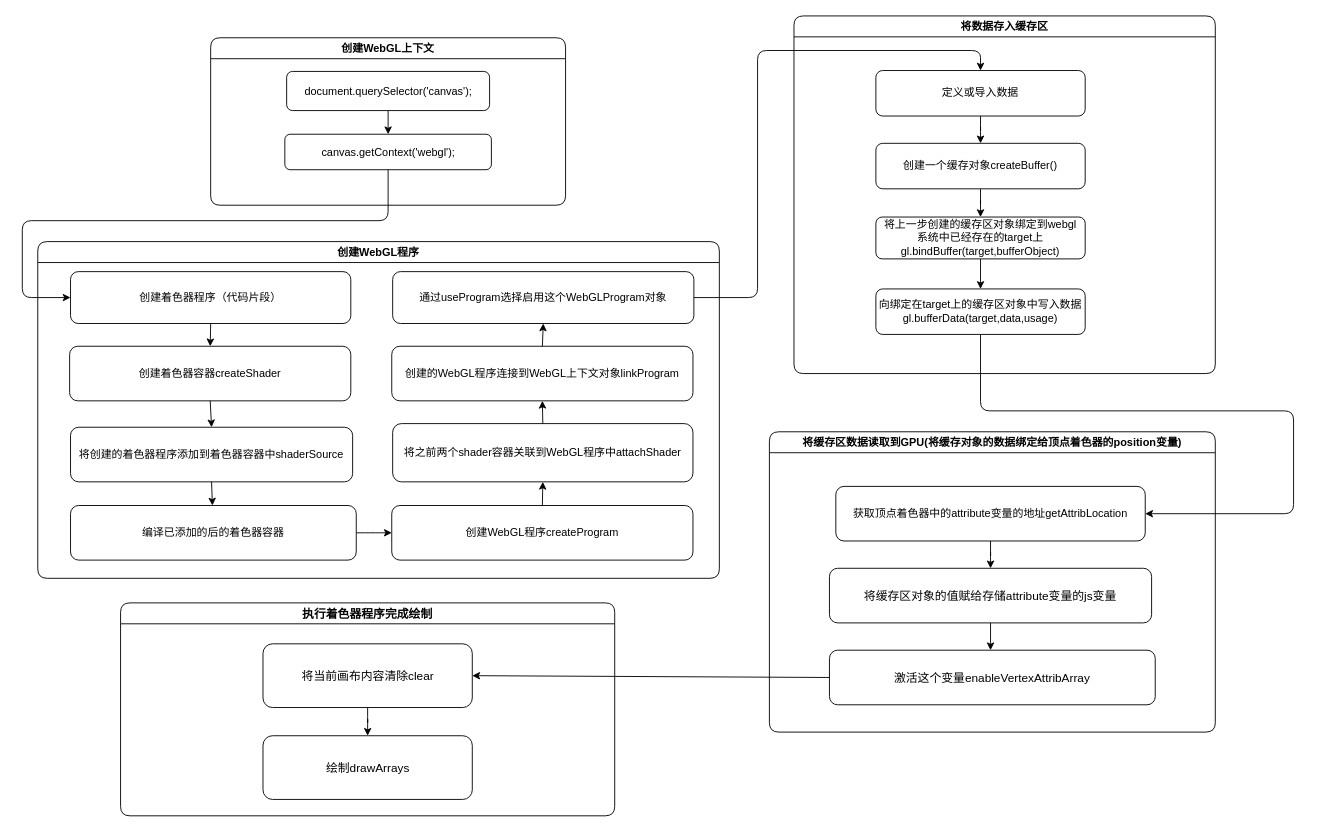
This is page "init webgl" (1 of 2) of computerGraphics/webgl.drawio from bigbigbig2/mind-map, a draw.io file, before an edit. Source tidied: cells renumbered, new cells numbered last; positions are measured from the earlier drawing's top-left corner, leaving out a move shared by most shapes. Both pictures are drawn from the tidied source at 91%, with x=0, y=0 at pixel (22, 15).
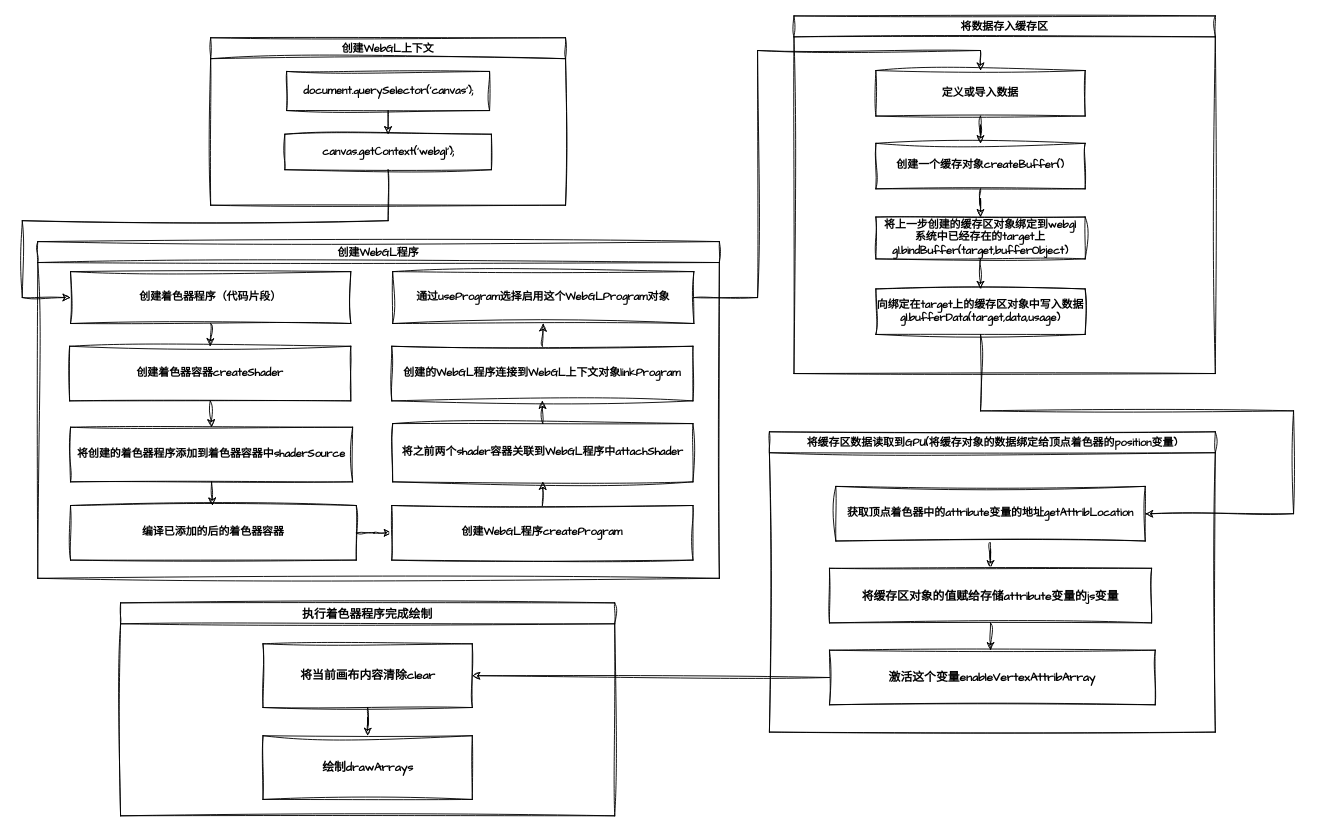
After the change.

What changed in the source:
```diff
@@
-    <mxCell id="2" value="创建WebGL程序" style="swimlane;rounded=1;shadow=0;glass=0;strokeWidth=1;labelBackgroundColor=none;" parent="1" vertex="1">
+    <mxCell id="2" value="创建WebGL程序" style="swimlane;rounded=0;shadow=0;glass=0;strokeWidth=1;labelBackgroundColor=none;sketch=1;curveFitting=1;jiggle=2;fontFamily=Comic Sans MS;fontStyle=1;" parent="1" vertex="1">
       <mxGeometry x="17" y="248" width="749" height="370" as="geometry" />
     </mxCell>
-    <mxCell id="3" value="&lt;span&gt;创建着色器程序（代码片段）&lt;/span&gt;" style="rounded=1;whiteSpace=wrap;html=1;shadow=0;glass=0;strokeWidth=1;fillColor=none;labelBackgroundColor=none;" parent="2" vertex="1">
+    <mxCell id="3" value="&lt;span&gt;创建着色器程序（代码片段）&lt;/span&gt;" style="rounded=0;whiteSpace=wrap;html=1;shadow=0;glass=0;strokeWidth=1;fillColor=none;labelBackgroundColor=none;sketch=1;curveFitting=1;jiggle=2;fontFamily=Comic Sans MS;fontStyle=1;" parent="2" vertex="1">
       <mxGeometry x="36" y="33" width="308" height="57" as="geometry" />
     </mxCell>
-    <mxCell id="4" value="&lt;span&gt;创建着色器容器createShader&lt;/span&gt;" style="rounded=1;whiteSpace=wrap;html=1;labelBackgroundColor=none;" parent="2" vertex="1">
+    <mxCell id="4" value="&lt;span&gt;创建着色器容器createShader&lt;/span&gt;" style="rounded=0;whiteSpace=wrap;html=1;labelBackgroundColor=none;sketch=1;curveFitting=1;jiggle=2;fontFamily=Comic Sans MS;fontStyle=1;" parent="2" vertex="1">
       <mxGeometry x="35" y="115" width="309" height="60" as="geometry" />
     </mxCell>
-    <mxCell id="5" value="将创建的着色器程序添加到着色器容器中&lt;span&gt;shaderSource&lt;/span&gt;" style="rounded=1;whiteSpace=wrap;html=1;labelBackgroundColor=none;" parent="2" vertex="1">
+    <mxCell id="5" value="将创建的着色器程序添加到着色器容器中&lt;span&gt;shaderSource&lt;/span&gt;" style="rounded=0;whiteSpace=wrap;html=1;labelBackgroundColor=none;sketch=1;curveFitting=1;jiggle=2;fontFamily=Comic Sans MS;fontStyle=1;" parent="2" vertex="1">
       <mxGeometry x="36" y="204" width="310" height="60" as="geometry" />
     </mxCell>
-    <mxCell id="6" style="edgeStyle=orthogonalEdgeStyle;rounded=1;jettySize=auto;html=1;labelBackgroundColor=none;fontColor=default;" parent="2" edge="1" source="7" target="8">
+    <mxCell id="6" style="edgeStyle=orthogonalEdgeStyle;rounded=0;jettySize=auto;html=1;labelBackgroundColor=none;fontColor=default;sketch=1;curveFitting=1;jiggle=2;fontFamily=Comic Sans MS;fontStyle=1;" parent="2" edge="1" source="7" target="8">
       <mxGeometry relative="1" as="geometry" />
     </mxCell>
-    <mxCell id="7" value="编译已添加的后的着色器容器" style="rounded=1;whiteSpace=wrap;html=1;labelBackgroundColor=none;" parent="2" vertex="1">
+    <mxCell id="7" value="编译已添加的后的着色器容器" style="rounded=0;whiteSpace=wrap;html=1;labelBackgroundColor=none;sketch=1;curveFitting=1;jiggle=2;fontFamily=Comic Sans MS;fontStyle=1;" parent="2" vertex="1">
       <mxGeometry x="36" y="290" width="314" height="60" as="geometry" />
     </mxCell>
-    <mxCell id="8" value="创建WebGL程序createProgram" style="rounded=1;whiteSpace=wrap;html=1;labelBackgroundColor=none;" parent="2" vertex="1">
+    <mxCell id="8" value="创建WebGL程序createProgram" style="rounded=0;whiteSpace=wrap;html=1;labelBackgroundColor=none;sketch=1;curveFitting=1;jiggle=2;fontFamily=Comic Sans MS;fontStyle=1;" parent="2" vertex="1">
       <mxGeometry x="389" y="290" width="331" height="60" as="geometry" />
     </mxCell>
-    <mxCell id="9" value="将之前两个shader容器关联到WebGL程序中attachShader" style="rounded=1;whiteSpace=wrap;html=1;labelBackgroundColor=none;" parent="2" vertex="1">
+    <mxCell id="9" value="将之前两个shader容器关联到WebGL程序中attachShader" style="rounded=0;whiteSpace=wrap;html=1;labelBackgroundColor=none;sketch=1;curveFitting=1;jiggle=2;fontFamily=Comic Sans MS;fontStyle=1;" parent="2" vertex="1">
       <mxGeometry x="390" y="200" width="330" height="64" as="geometry" />
     </mxCell>
-    <mxCell id="10" style="endArrow=classic;html=1;rounded=1;exitX=0.5;exitY=1;exitDx=0;exitDy=0;entryX=0.5;entryY=0;entryDx=0;entryDy=0;labelBackgroundColor=none;fontColor=default;" parent="2" edge="1" source="3" target="4">
+    <mxCell id="10" style="endArrow=classic;html=1;rounded=0;exitX=0.5;exitY=1;exitDx=0;exitDy=0;entryX=0.5;entryY=0;entryDx=0;entryDy=0;labelBackgroundColor=none;fontColor=default;sketch=1;curveFitting=1;jiggle=2;fontFamily=Comic Sans MS;fontStyle=1;" parent="2" edge="1" source="3" target="4">
       <mxGeometry relative="1" as="geometry" />
     </mxCell>
-    <mxCell id="11" style="endArrow=classic;html=1;rounded=1;exitX=0.5;exitY=1;exitDx=0;exitDy=0;labelBackgroundColor=none;fontColor=default;" parent="2" edge="1" source="5" target="7">
+    <mxCell id="11" style="endArrow=classic;html=1;rounded=0;exitX=0.5;exitY=1;exitDx=0;exitDy=0;labelBackgroundColor=none;fontColor=default;sketch=1;curveFitting=1;jiggle=2;fontFamily=Comic Sans MS;fontStyle=1;" parent="2" edge="1" source="5" target="7">
       <mxGeometry relative="1" as="geometry" />
     </mxCell>
-    <mxCell id="12" value="创建的WebGL程序连接到WebGL上下文对象linkProgram" style="rounded=1;whiteSpace=wrap;html=1;labelBackgroundColor=none;" parent="2" vertex="1">
+    <mxCell id="12" value="创建的WebGL程序连接到WebGL上下文对象linkProgram" style="rounded=0;whiteSpace=wrap;html=1;labelBackgroundColor=none;sketch=1;curveFitting=1;jiggle=2;fontFamily=Comic Sans MS;fontStyle=1;" parent="2" vertex="1">
       <mxGeometry x="389" y="115" width="331" height="60" as="geometry" />
     </mxCell>
-    <mxCell id="13" value="通过useProgram选择启用这个WebGLProgram对象" style="rounded=1;whiteSpace=wrap;html=1;labelBackgroundColor=none;" parent="2" vertex="1">
+    <mxCell id="13" value="通过useProgram选择启用这个WebGLProgram对象" style="rounded=0;whiteSpace=wrap;html=1;labelBackgroundColor=none;sketch=1;curveFitting=1;jiggle=2;fontFamily=Comic Sans MS;fontStyle=1;" parent="2" vertex="1">
       <mxGeometry x="390" y="33" width="331" height="57" as="geometry" />
     </mxCell>
-    <mxCell id="14" style="endArrow=classic;html=1;exitX=0.5;exitY=0;exitDx=0;exitDy=0;entryX=0.5;entryY=1;entryDx=0;entryDy=0;rounded=1;labelBackgroundColor=none;fontColor=default;" parent="2" edge="1" source="8" target="9">
+    <mxCell id="14" style="endArrow=classic;html=1;exitX=0.5;exitY=0;exitDx=0;exitDy=0;entryX=0.5;entryY=1;entryDx=0;entryDy=0;rounded=0;labelBackgroundColor=none;fontColor=default;sketch=1;curveFitting=1;jiggle=2;fontFamily=Comic Sans MS;fontStyle=1;" parent="2" edge="1" source="8" target="9">
       <mxGeometry relative="1" as="geometry" />
     </mxCell>
-    <mxCell id="15" style="endArrow=classic;html=1;exitX=0.5;exitY=0;exitDx=0;exitDy=0;entryX=0.5;entryY=1;entryDx=0;entryDy=0;rounded=1;labelBackgroundColor=none;fontColor=default;" parent="2" edge="1" source="9" target="12">
+    <mxCell id="15" style="endArrow=classic;html=1;exitX=0.5;exitY=0;exitDx=0;exitDy=0;entryX=0.5;entryY=1;entryDx=0;entryDy=0;rounded=0;labelBackgroundColor=none;fontColor=default;sketch=1;curveFitting=1;jiggle=2;fontFamily=Comic Sans MS;fontStyle=1;" parent="2" edge="1" source="9" target="12">
       <mxGeometry relative="1" as="geometry" />
     </mxCell>
-    <mxCell id="16" style="endArrow=classic;html=1;exitX=0.5;exitY=0;exitDx=0;exitDy=0;entryX=0.5;entryY=1;entryDx=0;entryDy=0;rounded=1;labelBackgroundColor=none;fontColor=default;" parent="2" edge="1" source="12" target="13">
+    <mxCell id="16" style="endArrow=classic;html=1;exitX=0.5;exitY=0;exitDx=0;exitDy=0;entryX=0.5;entryY=1;entryDx=0;entryDy=0;rounded=0;labelBackgroundColor=none;fontColor=default;sketch=1;curveFitting=1;jiggle=2;fontFamily=Comic Sans MS;fontStyle=1;" parent="2" edge="1" source="12" target="13">
       <mxGeometry relative="1" as="geometry" />
     </mxCell>
-    <mxCell id="17" style="endArrow=classic;html=1;rounded=1;exitX=0.5;exitY=1;exitDx=0;exitDy=0;entryX=0.5;entryY=0;entryDx=0;entryDy=0;labelBackgroundColor=none;fontColor=default;" parent="2" edge="1" source="4" target="5">
+    <mxCell id="17" style="endArrow=classic;html=1;rounded=0;exitX=0.5;exitY=1;exitDx=0;exitDy=0;entryX=0.5;entryY=0;entryDx=0;entryDy=0;labelBackgroundColor=none;fontColor=default;sketch=1;curveFitting=1;jiggle=2;fontFamily=Comic Sans MS;fontStyle=1;" parent="2" edge="1" source="4" target="5">
       <mxGeometry relative="1" as="geometry" />
     </mxCell>
-    <mxCell id="18" value="创建WebGL上下文" style="swimlane;rounded=1;labelBackgroundColor=none;" parent="1" vertex="1">
+    <mxCell id="18" value="创建WebGL上下文" style="swimlane;rounded=0;labelBackgroundColor=none;sketch=1;curveFitting=1;jiggle=2;fontFamily=Comic Sans MS;fontStyle=1;" parent="1" vertex="1">
       <mxGeometry x="207" y="24" width="390" height="184" as="geometry" />
     </mxCell>
-    <mxCell id="19" value="&lt;span style=&quot;text-align: left&quot;&gt;document.querySelector('canvas');&lt;/span&gt;" style="rounded=1;whiteSpace=wrap;html=1;labelBackgroundColor=none;" parent="18" vertex="1">
+    <mxCell id="19" value="&lt;span style=&quot;text-align: left&quot;&gt;document.querySelector('canvas');&lt;/span&gt;" style="rounded=0;whiteSpace=wrap;html=1;labelBackgroundColor=none;sketch=1;curveFitting=1;jiggle=2;fontFamily=Comic Sans MS;fontStyle=1;" parent="18" vertex="1">
       <mxGeometry x="83.5" y="37" width="223" height="43" as="geometry" />
     </mxCell>
-    <mxCell id="20" value="&lt;span style=&quot;text-align: left&quot;&gt;canvas.getContext('webgl');&lt;/span&gt;" style="rounded=1;whiteSpace=wrap;html=1;labelBackgroundColor=none;" parent="18" vertex="1">
+    <mxCell id="20" value="&lt;span style=&quot;text-align: left&quot;&gt;canvas.getContext('webgl');&lt;/span&gt;" style="rounded=0;whiteSpace=wrap;html=1;labelBackgroundColor=none;sketch=1;curveFitting=1;jiggle=2;fontFamily=Comic Sans MS;fontStyle=1;" parent="18" vertex="1">
       <mxGeometry x="81.5" y="106" width="227" height="39" as="geometry" />
     </mxCell>
-    <mxCell id="21" style="endArrow=classic;html=1;exitX=0.5;exitY=1;exitDx=0;exitDy=0;entryX=0.5;entryY=0;entryDx=0;entryDy=0;rounded=1;labelBackgroundColor=none;fontColor=default;" parent="18" edge="1" source="19" target="20">
+    <mxCell id="21" style="endArrow=classic;html=1;exitX=0.5;exitY=1;exitDx=0;exitDy=0;entryX=0.5;entryY=0;entryDx=0;entryDy=0;rounded=0;labelBackgroundColor=none;fontColor=default;sketch=1;curveFitting=1;jiggle=2;fontFamily=Comic Sans MS;fontStyle=1;" parent="18" edge="1" source="19" target="20">
       <mxGeometry relative="1" as="geometry" />
     </mxCell>
-    <mxCell id="22" value="将缓存区数据读取到GPU(将缓存对象的数据绑定给顶点着色器的position变量)" style="swimlane;rounded=1;labelBackgroundColor=none;" parent="1" vertex="1">
+    <mxCell id="22" value="将缓存区数据读取到GPU(将缓存对象的数据绑定给顶点着色器的position变量)" style="swimlane;rounded=0;labelBackgroundColor=none;sketch=1;curveFitting=1;jiggle=2;fontFamily=Comic Sans MS;fontStyle=1;" parent="1" vertex="1">
       <mxGeometry x="821" y="457" width="490" height="330" as="geometry" />
     </mxCell>
-    <mxCell id="23" style="edgeStyle=orthogonalEdgeStyle;jettySize=auto;html=1;fontSize=13;labelBackgroundColor=none;fontColor=default;" parent="22" edge="1" source="24" target="26">
+    <mxCell id="23" style="edgeStyle=orthogonalEdgeStyle;jettySize=auto;html=1;fontSize=13;labelBackgroundColor=none;fontColor=default;rounded=0;sketch=1;curveFitting=1;jiggle=2;fontFamily=Comic Sans MS;fontStyle=1;" parent="22" edge="1" source="24" target="26">
       <mxGeometry relative="1" as="geometry" />
     </mxCell>
-    <mxCell id="24" value="获取顶点着色器中的attribute变量的地址getAttribLocation" style="whiteSpace=wrap;html=1;rounded=1;labelBackgroundColor=none;" parent="22" vertex="1">
+    <mxCell id="24" value="获取顶点着色器中的attribute变量的地址getAttribLocation" style="whiteSpace=wrap;html=1;rounded=0;labelBackgroundColor=none;sketch=1;curveFitting=1;jiggle=2;fontFamily=Comic Sans MS;fontStyle=1;" parent="22" vertex="1">
       <mxGeometry x="73" y="60" width="340" height="60" as="geometry" />
     </mxCell>
-    <mxCell id="25" value="激活这个变量enableVertexAttribArray" style="whiteSpace=wrap;html=1;fontSize=13;rounded=1;labelBackgroundColor=none;" parent="22" vertex="1">
+    <mxCell id="25" value="激活这个变量enableVertexAttribArray" style="whiteSpace=wrap;html=1;fontSize=13;rounded=0;labelBackgroundColor=none;sketch=1;curveFitting=1;jiggle=2;fontFamily=Comic Sans MS;fontStyle=1;" parent="22" vertex="1">
       <mxGeometry x="66" y="240" width="358" height="60" as="geometry" />
     </mxCell>
-    <mxCell id="26" value="&lt;span style=&quot;font-size: 13px&quot;&gt;将缓存区对象的值赋给存储attribute变量的js变量&lt;/span&gt;" style="whiteSpace=wrap;html=1;fontSize=17;rounded=1;labelBackgroundColor=none;" parent="22" vertex="1">
+    <mxCell id="26" value="&lt;span style=&quot;font-size: 13px&quot;&gt;将缓存区对象的值赋给存储attribute变量的js变量&lt;/span&gt;" style="whiteSpace=wrap;html=1;fontSize=17;rounded=0;labelBackgroundColor=none;sketch=1;curveFitting=1;jiggle=2;fontFamily=Comic Sans MS;fontStyle=1;" parent="22" vertex="1">
       <mxGeometry x="66" y="150" width="354" height="60" as="geometry" />
     </mxCell>
-    <mxCell id="27" style="endArrow=classic;html=1;fontSize=13;exitX=0.5;exitY=1;exitDx=0;exitDy=0;labelBackgroundColor=none;fontColor=default;" parent="22" edge="1" source="26">
+    <mxCell id="27" style="endArrow=classic;html=1;fontSize=13;exitX=0.5;exitY=1;exitDx=0;exitDy=0;labelBackgroundColor=none;fontColor=default;rounded=0;sketch=1;curveFitting=1;jiggle=2;fontFamily=Comic Sans MS;fontStyle=1;" parent="22" edge="1" source="26">
       <mxGeometry relative="1" as="geometry">
         <mxPoint x="243" y="240" as="targetPoint" />
       </mxGeometry>
     </mxCell>
-    <mxCell id="28" value="执行着色器程序完成绘制" style="swimlane;fontSize=13;rounded=1;labelBackgroundColor=none;" parent="1" vertex="1">
+    <mxCell id="28" value="执行着色器程序完成绘制" style="swimlane;fontSize=13;rounded=0;labelBackgroundColor=none;sketch=1;curveFitting=1;jiggle=2;fontFamily=Comic Sans MS;fontStyle=1;" parent="1" vertex="1">
       <mxGeometry x="108" y="645" width="543" height="234" as="geometry" />
     </mxCell>
-    <mxCell id="29" style="edgeStyle=orthogonalEdgeStyle;jettySize=auto;html=1;fontSize=13;labelBackgroundColor=none;fontColor=default;" parent="28" edge="1" source="30" target="31">
+    <mxCell id="29" style="edgeStyle=orthogonalEdgeStyle;jettySize=auto;html=1;fontSize=13;labelBackgroundColor=none;fontColor=default;rounded=0;sketch=1;curveFitting=1;jiggle=2;fontFamily=Comic Sans MS;fontStyle=1;" parent="28" edge="1" source="30" target="31">
       <mxGeometry relative="1" as="geometry" />
     </mxCell>
-    <mxCell id="30" value="将当前画布内容清除clear" style="whiteSpace=wrap;html=1;fontSize=13;rounded=1;labelBackgroundColor=none;" parent="28" vertex="1">
+    <mxCell id="30" value="将当前画布内容清除clear" style="whiteSpace=wrap;html=1;fontSize=13;rounded=0;labelBackgroundColor=none;sketch=1;curveFitting=1;jiggle=2;fontFamily=Comic Sans MS;fontStyle=1;" parent="28" vertex="1">
       <mxGeometry x="156.5" y="45" width="230" height="70" as="geometry" />
     </mxCell>
-    <mxCell id="31" value="绘制drawArrays" style="whiteSpace=wrap;html=1;fontSize=13;rounded=1;labelBackgroundColor=none;" parent="28" vertex="1">
+    <mxCell id="31" value="绘制drawArrays" style="whiteSpace=wrap;html=1;fontSize=13;rounded=0;labelBackgroundColor=none;sketch=1;curveFitting=1;jiggle=2;fontFamily=Comic Sans MS;fontStyle=1;" parent="28" vertex="1">
       <mxGeometry x="156.5" y="146" width="230" height="70" as="geometry" />
     </mxCell>
-    <mxCell id="32" value="将数据存入缓存区" style="swimlane;rounded=1;labelBackgroundColor=none;" parent="1" vertex="1">
+    <mxCell id="32" value="将数据存入缓存区" style="swimlane;rounded=0;labelBackgroundColor=none;sketch=1;curveFitting=1;jiggle=2;fontFamily=Comic Sans MS;fontStyle=1;" parent="1" vertex="1">
       <mxGeometry x="848" width="463" height="393" as="geometry" />
     </mxCell>
-    <mxCell id="33" style="edgeStyle=orthogonalEdgeStyle;jettySize=auto;html=1;entryX=0.5;entryY=0;entryDx=0;entryDy=0;rounded=1;labelBackgroundColor=none;fontColor=default;" parent="32" edge="1" source="34" target="36">
+    <mxCell id="33" style="edgeStyle=orthogonalEdgeStyle;jettySize=auto;html=1;entryX=0.5;entryY=0;entryDx=0;entryDy=0;rounded=0;labelBackgroundColor=none;fontColor=default;sketch=1;curveFitting=1;jiggle=2;fontFamily=Comic Sans MS;fontStyle=1;" parent="32" edge="1" source="34" target="36">
       <mxGeometry relative="1" as="geometry" />
     </mxCell>
-    <mxCell id="34" value="定义或导入数据" style="rounded=1;whiteSpace=wrap;html=1;labelBackgroundColor=none;" parent="32" vertex="1">
+    <mxCell id="34" value="定义或导入数据" style="rounded=0;whiteSpace=wrap;html=1;labelBackgroundColor=none;sketch=1;curveFitting=1;jiggle=2;fontFamily=Comic Sans MS;fontStyle=1;" parent="32" vertex="1">
       <mxGeometry x="90" y="60" width="230" height="50" as="geometry" />
     </mxCell>
-    <mxCell id="35" style="edgeStyle=orthogonalEdgeStyle;jettySize=auto;html=1;entryX=0.5;entryY=0;entryDx=0;entryDy=0;rounded=1;labelBackgroundColor=none;fontColor=default;" parent="32" edge="1" source="36" target="38">
+    <mxCell id="35" style="edgeStyle=orthogonalEdgeStyle;jettySize=auto;html=1;entryX=0.5;entryY=0;entryDx=0;entryDy=0;rounded=0;labelBackgroundColor=none;fontColor=default;sketch=1;curveFitting=1;jiggle=2;fontFamily=Comic Sans MS;fontStyle=1;" parent="32" edge="1" source="36" target="38">
       <mxGeometry relative="1" as="geometry" />
     </mxCell>
-    <mxCell id="36" value="创建一个缓存对象createBuffer()" style="rounded=1;whiteSpace=wrap;html=1;labelBackgroundColor=none;" parent="32" vertex="1">
+    <mxCell id="36" value="创建一个缓存对象createBuffer()" style="rounded=0;whiteSpace=wrap;html=1;labelBackgroundColor=none;sketch=1;curveFitting=1;jiggle=2;fontFamily=Comic Sans MS;fontStyle=1;" parent="32" vertex="1">
       <mxGeometry x="90" y="140" width="230" height="50" as="geometry" />
     </mxCell>
-    <mxCell id="37" style="edgeStyle=orthogonalEdgeStyle;jettySize=auto;html=1;exitX=0.5;exitY=1;exitDx=0;exitDy=0;entryX=0.5;entryY=0;entryDx=0;entryDy=0;rounded=1;labelBackgroundColor=none;fontColor=default;" parent="32" edge="1" source="38" target="39">
+    <mxCell id="37" style="edgeStyle=orthogonalEdgeStyle;jettySize=auto;html=1;exitX=0.5;exitY=1;exitDx=0;exitDy=0;entryX=0.5;entryY=0;entryDx=0;entryDy=0;rounded=0;labelBackgroundColor=none;fontColor=default;sketch=1;curveFitting=1;jiggle=2;fontFamily=Comic Sans MS;fontStyle=1;" parent="32" edge="1" source="38" target="39">
       <mxGeometry relative="1" as="geometry" />
     </mxCell>
-    <mxCell id="38" value="将上一步创建的缓存区对象绑定到webgl&lt;br&gt;系统中已经存在的target上&lt;br&gt;gl.bindBuffer(target,bufferObject)" style="rounded=1;whiteSpace=wrap;html=1;labelBackgroundColor=none;" parent="32" vertex="1">
+    <mxCell id="38" value="将上一步创建的缓存区对象绑定到webgl&lt;br&gt;系统中已经存在的target上&lt;br&gt;gl.bindBuffer(target,bufferObject)" style="rounded=0;whiteSpace=wrap;html=1;labelBackgroundColor=none;sketch=1;curveFitting=1;jiggle=2;fontFamily=Comic Sans MS;fontStyle=1;" parent="32" vertex="1">
       <mxGeometry x="90" y="221" width="230" height="46" as="geometry" />
     </mxCell>
-    <mxCell id="39" value="向绑定在target上的缓存区对象中写入数据&lt;br&gt;gl.bufferData(target,data,usage)" style="rounded=1;whiteSpace=wrap;html=1;labelBackgroundColor=none;" parent="32" vertex="1">
+    <mxCell id="39" value="向绑定在target上的缓存区对象中写入数据&lt;br&gt;gl.bufferData(target,data,usage)" style="rounded=0;whiteSpace=wrap;html=1;labelBackgroundColor=none;sketch=1;curveFitting=1;jiggle=2;fontFamily=Comic Sans MS;fontStyle=1;" parent="32" vertex="1">
       <mxGeometry x="90" y="300" width="230" height="50" as="geometry" />
     </mxCell>
-    <mxCell id="40" style="edgeStyle=orthogonalEdgeStyle;jettySize=auto;html=1;entryX=0.5;entryY=0;entryDx=0;entryDy=0;fontSize=13;labelBackgroundColor=none;fontColor=default;" parent="1" edge="1" source="13" target="34">
+    <mxCell id="40" style="edgeStyle=orthogonalEdgeStyle;jettySize=auto;html=1;entryX=0.5;entryY=0;entryDx=0;entryDy=0;fontSize=13;labelBackgroundColor=none;fontColor=default;rounded=0;sketch=1;curveFitting=1;jiggle=2;fontFamily=Comic Sans MS;fontStyle=1;" parent="1" edge="1" source="13" target="34">
       <mxGeometry relative="1" as="geometry">
         <Array as="points">
           <mxPoint x="808" y="310" />
           <mxPoint x="808" y="38" />
           <mxPoint x="1053" y="38" />
         </Array>
       </mxGeometry>
     </mxCell>
-    <mxCell id="41" style="edgeStyle=orthogonalEdgeStyle;jettySize=auto;html=1;entryX=1;entryY=0.5;entryDx=0;entryDy=0;fontSize=13;labelBackgroundColor=none;fontColor=default;" parent="1" edge="1" source="39" target="24">
+    <mxCell id="41" style="edgeStyle=orthogonalEdgeStyle;jettySize=auto;html=1;entryX=1;entryY=0.5;entryDx=0;entryDy=0;fontSize=13;labelBackgroundColor=none;fontColor=default;rounded=0;sketch=1;curveFitting=1;jiggle=2;fontFamily=Comic Sans MS;fontStyle=1;" parent="1" edge="1" source="39" target="24">
       <mxGeometry relative="1" as="geometry">
         <Array as="points">
           <mxPoint x="1053" y="434" />
           <mxPoint x="1397" y="434" />
           <mxPoint x="1397" y="547" />
         </Array>
       </mxGeometry>
     </mxCell>
-    <mxCell id="42" style="edgeStyle=orthogonalEdgeStyle;jettySize=auto;html=1;entryX=0;entryY=0.5;entryDx=0;entryDy=0;fontSize=13;labelBackgroundColor=none;fontColor=default;" parent="1" edge="1" source="20" target="3">
+    <mxCell id="42" style="edgeStyle=orthogonalEdgeStyle;jettySize=auto;html=1;entryX=0;entryY=0.5;entryDx=0;entryDy=0;fontSize=13;labelBackgroundColor=none;fontColor=default;rounded=0;sketch=1;curveFitting=1;jiggle=2;fontFamily=Comic Sans MS;fontStyle=1;" parent="1" edge="1" source="20" target="3">
       <mxGeometry relative="1" as="geometry">
         <Array as="points">
           <mxPoint x="402" y="225" />
           <mxPoint y="225" />
           <mxPoint y="310" />
         </Array>
       </mxGeometry>
     </mxCell>
-    <mxCell id="43" style="endArrow=classic;html=1;fontSize=13;exitX=0;exitY=0.5;exitDx=0;exitDy=0;entryX=1;entryY=0.5;entryDx=0;entryDy=0;labelBackgroundColor=none;fontColor=default;" parent="1" edge="1" source="25" target="30">
+    <mxCell id="43" style="endArrow=classic;html=1;fontSize=13;exitX=0;exitY=0.5;exitDx=0;exitDy=0;entryX=1;entryY=0.5;entryDx=0;entryDy=0;labelBackgroundColor=none;fontColor=default;rounded=0;sketch=1;curveFitting=1;jiggle=2;fontFamily=Comic Sans MS;fontStyle=1;" parent="1" edge="1" source="25" target="30">
       <mxGeometry relative="1" as="geometry" />
     </mxCell>
```
